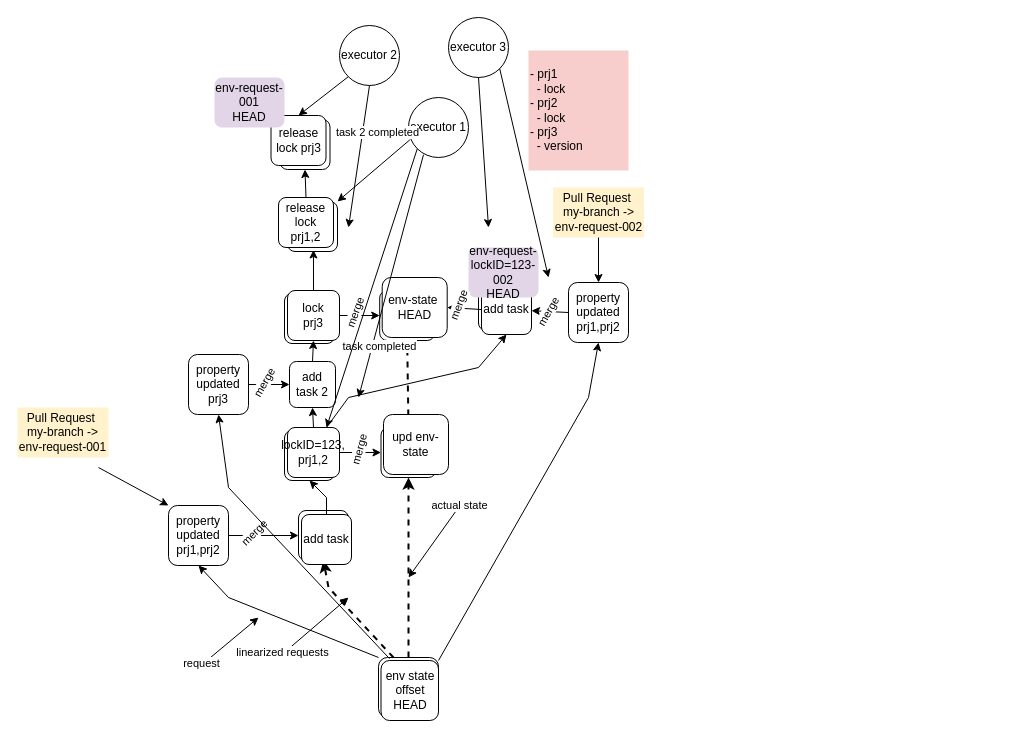
andreyzebin/vezuvio keeps this draw.io diagram as branches-architecture.drawio. Above is the earlier version. Source tidied: cells renumbered, new cells numbered last; positions are measured from the earlier drawing's top-left corner, leaving out a move shared by most shapes. Both pictures are drawn from the tidied source at 100%, with x=0, y=0 at pixel (17, 17).
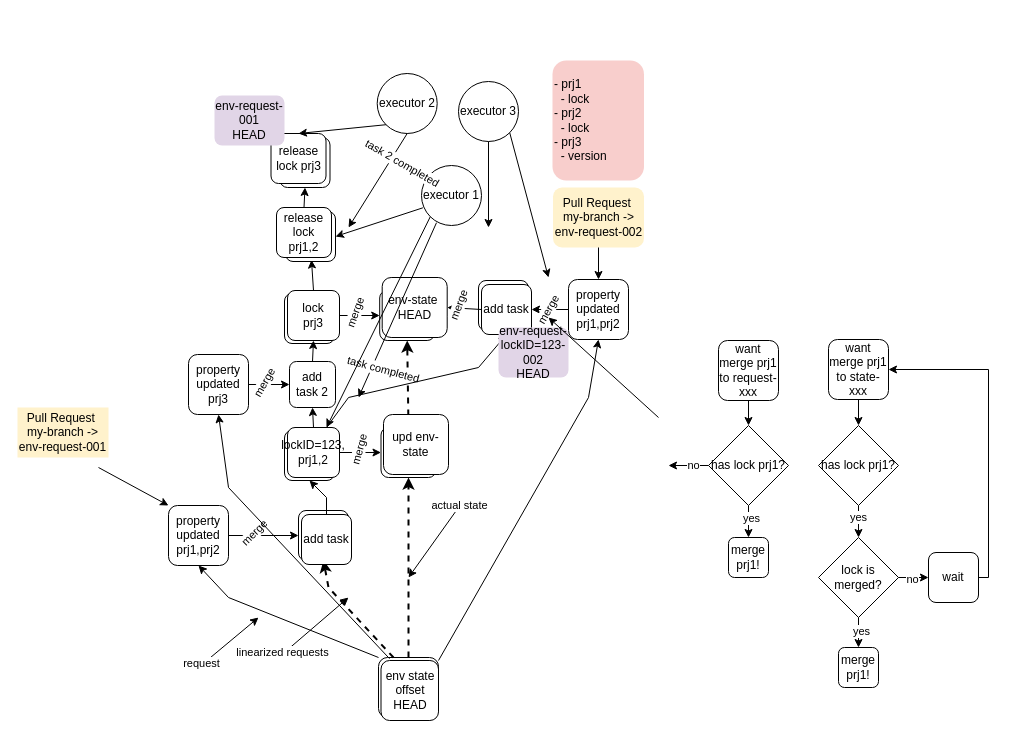
The same diagram, later.

Commit message (it also covers changes not shown here):
set logs error

Unchanged cells that the change refers to:
```xml
<mxCell id="46" style="endArrow=classic;html=1;rounded=0;exitX=0.25;exitY=0.953;exitDx=0;exitDy=0;exitPerimeter=0;" parent="1" edge="1" source="45">
  <mxGeometry relative="1" as="geometry">
    <mxPoint x="341" y="380" as="targetPoint" />
  </mxGeometry>
</mxCell>
<mxCell id="52" style="endArrow=classic;html=1;rounded=0;exitX=0.5;exitY=1;exitDx=0;exitDy=0;" parent="1" edge="1" source="50">
  <mxGeometry relative="1" as="geometry">
    <mxPoint x="331" y="210" as="targetPoint" />
  </mxGeometry>
</mxCell>
```

The edit, as a diff of the source:
```diff
@@
     <mxCell id="22" style="rounded=1;whiteSpace=wrap;html=1;" parent="1" vertex="1">
-      <mxGeometry x="270" y="184" width="50" height="50" as="geometry" />
+      <mxGeometry x="268" y="194" width="50" height="50" as="geometry" />
     </mxCell>
@@
     <mxCell id="24" value="release lock prj1,2" style="rounded=1;whiteSpace=wrap;html=1;" parent="1" vertex="1">
-      <mxGeometry x="261" y="180" width="55" height="50" as="geometry" />
+      <mxGeometry x="259" y="190" width="55" height="50" as="geometry" />
     </mxCell>
-    <mxCell id="25" value="- prj1&lt;div&gt;&amp;nbsp; - lock&lt;/div&gt;&lt;div&gt;&lt;div&gt;- prj2&lt;/div&gt;&lt;div&gt;&amp;nbsp; - lock&lt;/div&gt;&lt;div&gt;&lt;span style=&quot;background-color: transparent; color: light-dark(rgb(0, 0, 0), rgb(255, 255, 255));&quot;&gt;- prj3&lt;/span&gt;&lt;/div&gt;&lt;/div&gt;&lt;div&gt;&amp;nbsp; - version&lt;/div&gt;" style="text;html=1;align=left;verticalAlign=middle;whiteSpace=wrap;rounded=0;fillColor=#f8cecc;strokeColor=none;" parent="1" vertex="1">
-      <mxGeometry x="511" y="33" width="100" height="120" as="geometry" />
+    <mxCell id="25" value="- prj1&lt;div&gt;&amp;nbsp; - lock&lt;/div&gt;&lt;div&gt;&lt;div&gt;- prj2&lt;/div&gt;&lt;div&gt;&amp;nbsp; - lock&lt;/div&gt;&lt;div&gt;&lt;span style=&quot;background-color: transparent; color: light-dark(rgb(0, 0, 0), rgb(255, 255, 255));&quot;&gt;- prj3&lt;/span&gt;&lt;/div&gt;&lt;/div&gt;&lt;div&gt;&amp;nbsp; - version&lt;/div&gt;" style="text;html=1;align=left;verticalAlign=middle;whiteSpace=wrap;rounded=1;fillColor=#f8cecc;strokeColor=none;" parent="1" vertex="1">
+      <mxGeometry x="535" y="43" width="91.5" height="120" as="geometry" />
     </mxCell>
@@
     <mxCell id="40" style="rounded=1;whiteSpace=wrap;html=1;" parent="1" vertex="1">
-      <mxGeometry x="262.5" y="102" width="50" height="50" as="geometry" />
+      <mxGeometry x="262.5" y="120" width="50" height="50" as="geometry" />
     </mxCell>
     <mxCell id="41" value="release lock prj3" style="rounded=1;whiteSpace=wrap;html=1;" parent="1" vertex="1">
-      <mxGeometry x="253.5" y="98" width="55" height="50" as="geometry" />
+      <mxGeometry x="253.5" y="116" width="55" height="50" as="geometry" />
     </mxCell>
@@
     <mxCell id="45" value="executor 1" style="ellipse;whiteSpace=wrap;html=1;" parent="1" vertex="1">
-      <mxGeometry x="391" y="80" width="60" height="60" as="geometry" />
+      <mxGeometry x="404" y="148" width="60" height="60" as="geometry" />
     </mxCell>
@@
-    <mxCell id="47" value="task&amp;nbsp;&lt;span style=&quot;background-color: light-dark(#ffffff, var(--ge-dark-color, #121212)); color: light-dark(rgb(0, 0, 0), rgb(255, 255, 255));&quot;&gt;completed&lt;/span&gt;" style="edgeLabel;html=1;align=center;verticalAlign=middle;" parent="46" vertex="1">
+    <mxCell id="47" value="task&amp;nbsp;&lt;span style=&quot;background-color: light-dark(#ffffff, var(--ge-dark-color, #121212)); color: light-dark(rgb(0, 0, 0), rgb(255, 255, 255));&quot;&gt;completed&lt;/span&gt;" style="edgeLabel;html=1;align=center;verticalAlign=middle;rotation=15;" parent="46" vertex="1">
       <mxGeometry x="0.32" y="2" relative="1" as="geometry">
         <mxPoint x="-4" y="30" as="offset" />
       </mxGeometry>
     </mxCell>
-    <mxCell id="48" style="endArrow=classic;html=1;rounded=0;exitX=0.023;exitY=0.705;exitDx=0;exitDy=0;exitPerimeter=0;entryX=1;entryY=0;entryDx=0;entryDy=0;" parent="1" edge="1" source="45" target="22">
+    <mxCell id="48" style="endArrow=classic;html=1;rounded=0;exitX=0.023;exitY=0.705;exitDx=0;exitDy=0;exitPerimeter=0;entryX=1;entryY=0.5;entryDx=0;entryDy=0;" parent="1" edge="1" source="45" target="22">
       <mxGeometry relative="1" as="geometry" />
     </mxCell>
@@
     <mxCell id="50" value="executor 2" style="ellipse;whiteSpace=wrap;html=1;" parent="1" vertex="1">
-      <mxGeometry x="322" y="8" width="60" height="60" as="geometry" />
+      <mxGeometry x="359.7" y="56" width="60" height="60" as="geometry" />
     </mxCell>
@@
-    <mxCell id="53" value="task 2 completed" style="edgeLabel;html=1;align=center;verticalAlign=middle;" parent="52" vertex="1">
+    <mxCell id="53" value="task 2 completed" style="edgeLabel;html=1;align=center;verticalAlign=middle;rotation=30;" parent="52" vertex="1">
       <mxGeometry x="-0.35" y="-3" relative="1" as="geometry">
         <mxPoint x="17" as="offset" />
       </mxGeometry>
     </mxCell>
@@
     <mxCell id="56" value="env-request-001&lt;div&gt;HEAD&lt;/div&gt;" style="rounded=1;whiteSpace=wrap;html=1;fillColor=#e1d5e7;strokeColor=none;" parent="1" vertex="1">
-      <mxGeometry x="197" y="60" width="70" height="50" as="geometry" />
+      <mxGeometry x="197" y="78" width="70" height="50" as="geometry" />
     </mxCell>
@@
     <mxCell id="60" value="env-request-lockID=123-002&lt;div&gt;HEAD&lt;/div&gt;" style="rounded=1;whiteSpace=wrap;html=1;fillColor=#e1d5e7;strokeColor=none;" parent="1" vertex="1">
-      <mxGeometry x="451" y="230" width="70" height="50" as="geometry" />
+      <mxGeometry x="481" y="310" width="70" height="50" as="geometry" />
     </mxCell>
     <mxCell id="61" value="property updated&lt;div&gt;prj1,prj2&lt;/div&gt;" style="rounded=1;whiteSpace=wrap;html=1;" parent="1" vertex="1">
-      <mxGeometry x="551" y="265" width="60" height="60" as="geometry" />
+      <mxGeometry x="551" y="262" width="60" height="60" as="geometry" />
     </mxCell>
@@
-    <mxCell id="66" value="&lt;div&gt;Pull Request&amp;nbsp;&lt;/div&gt;&lt;div&gt;&lt;span style=&quot;background-color: transparent; color: light-dark(rgb(0, 0, 0), rgb(255, 255, 255));&quot;&gt;my-branch -&amp;gt; env-request-002&lt;/span&gt;&lt;/div&gt;" style="text;html=1;align=center;verticalAlign=middle;whiteSpace=wrap;rounded=0;fillColor=#fff2cc;strokeColor=none;" parent="1" vertex="1">
-      <mxGeometry x="535.5" y="170" width="91" height="50" as="geometry" />
+    <mxCell id="66" value="&lt;div&gt;Pull Request&amp;nbsp;&lt;/div&gt;&lt;div&gt;&lt;span style=&quot;background-color: transparent; color: light-dark(rgb(0, 0, 0), rgb(255, 255, 255));&quot;&gt;my-branch -&amp;gt; env-request-002&lt;/span&gt;&lt;/div&gt;" style="text;html=1;align=center;verticalAlign=middle;whiteSpace=wrap;rounded=1;fillColor=#fff2cc;strokeColor=none;" parent="1" vertex="1">
+      <mxGeometry x="535.5" y="170" width="91" height="60" as="geometry" />
     </mxCell>
@@
     <mxCell id="70" value="executor 3" style="ellipse;whiteSpace=wrap;html=1;" parent="1" vertex="1">
-      <mxGeometry x="431" width="60" height="60" as="geometry" />
+      <mxGeometry x="441" y="64" width="60" height="60" as="geometry" />
     </mxCell>
@@
+    <mxCell id="73" style="endArrow=classic;html=1;rounded=0;" parent="1" edge="1">
+      <mxGeometry relative="1" as="geometry">
+        <mxPoint x="641" y="400" as="sourcePoint" />
+        <mxPoint x="531" y="300" as="targetPoint" />
+      </mxGeometry>
+    </mxCell>
+    <mxCell id="74" value="has lock prj1?" style="rhombus;whiteSpace=wrap;html=1;" parent="1" vertex="1">
+      <mxGeometry x="691" y="408" width="80" height="80" as="geometry" />
+    </mxCell>
+    <mxCell id="75" value="want merge prj1 to request-xxx" style="rounded=1;whiteSpace=wrap;html=1;" parent="1" vertex="1">
+      <mxGeometry x="701" y="323" width="60" height="60" as="geometry" />
+    </mxCell>
+    <mxCell id="76" style="endArrow=classic;html=1;rounded=0;exitX=0.5;exitY=1;exitDx=0;exitDy=0;entryX=0.5;entryY=0;entryDx=0;entryDy=0;" parent="1" edge="1" source="75" target="74">
+      <mxGeometry relative="1" as="geometry" />
+    </mxCell>
+    <mxCell id="77" style="endArrow=classic;html=1;rounded=0;exitX=0.5;exitY=1;exitDx=0;exitDy=0;entryX=0.5;entryY=0;entryDx=0;entryDy=0;" parent="1" edge="1" source="74" target="79">
+      <mxGeometry relative="1" as="geometry" />
+    </mxCell>
+    <mxCell id="78" value="yes" style="edgeLabel;html=1;align=center;verticalAlign=middle;" parent="77" vertex="1">
+      <mxGeometry x="-0.24" y="2" relative="1" as="geometry" />
+    </mxCell>
+    <mxCell id="79" value="merge prj1!" style="rounded=1;whiteSpace=wrap;html=1;" parent="1" vertex="1">
+      <mxGeometry x="711" y="520" width="40" height="40" as="geometry" />
+    </mxCell>
+    <mxCell id="80" style="endArrow=classic;html=1;rounded=0;exitX=0;exitY=0.5;exitDx=0;exitDy=0;" parent="1" edge="1" source="74">
+      <mxGeometry relative="1" as="geometry">
+        <mxPoint x="651" y="448" as="targetPoint" />
+      </mxGeometry>
+    </mxCell>
+    <mxCell id="81" value="no" style="edgeLabel;html=1;align=center;verticalAlign=middle;" parent="80" vertex="1">
+      <mxGeometry x="-0.03" y="2" relative="1" as="geometry">
+        <mxPoint x="3" y="-3" as="offset" />
+      </mxGeometry>
+    </mxCell>
+    <mxCell id="82" value="want merge prj1 to state-xxx" style="rounded=1;whiteSpace=wrap;html=1;" parent="1" vertex="1">
+      <mxGeometry x="811" y="322" width="60" height="60" as="geometry" />
+    </mxCell>
+    <mxCell id="83" value="has lock prj1?" style="rhombus;whiteSpace=wrap;html=1;" parent="1" vertex="1">
+      <mxGeometry x="801" y="408" width="80" height="80" as="geometry" />
+    </mxCell>
+    <mxCell id="84" style="endArrow=classic;html=1;rounded=0;exitX=0.5;exitY=1;exitDx=0;exitDy=0;entryX=0.5;entryY=0;entryDx=0;entryDy=0;" parent="1" edge="1" source="82" target="83">
+      <mxGeometry relative="1" as="geometry" />
+    </mxCell>
+    <mxCell id="85" style="endArrow=classic;html=1;rounded=0;exitX=0.5;exitY=1;exitDx=0;exitDy=0;entryX=0.5;entryY=0;entryDx=0;entryDy=0;" parent="1" edge="1" source="83" target="87">
+      <mxGeometry relative="1" as="geometry" />
+    </mxCell>
+    <mxCell id="86" value="yes" style="edgeLabel;html=1;align=center;verticalAlign=middle;" parent="85" vertex="1">
+      <mxGeometry x="-0.34" y="-1" relative="1" as="geometry" />
+    </mxCell>
+    <mxCell id="87" value="lock is merged?" style="rhombus;whiteSpace=wrap;html=1;" parent="1" vertex="1">
+      <mxGeometry x="801" y="520" width="80" height="80" as="geometry" />
+    </mxCell>
+    <mxCell id="88" style="endArrow=classic;html=1;rounded=0;exitX=1;exitY=0.5;exitDx=0;exitDy=0;entryX=0;entryY=0.5;entryDx=0;entryDy=0;" parent="1" edge="1" source="87" target="91">
+      <mxGeometry relative="1" as="geometry" />
+    </mxCell>
+    <mxCell id="89" value="no" style="edgeLabel;html=1;align=center;verticalAlign=middle;" parent="88" vertex="1">
+      <mxGeometry x="-0.12" y="-1" relative="1" as="geometry" />
+    </mxCell>
+    <mxCell id="90" style="endArrow=classic;html=1;rounded=0;exitX=1;exitY=0.5;exitDx=0;exitDy=0;entryX=1;entryY=0.5;entryDx=0;entryDy=0;" parent="1" edge="1" source="91" target="82">
+      <mxGeometry relative="1" as="geometry">
+        <Array as="points">
+          <mxPoint x="971" y="560" />
+          <mxPoint x="971" y="352" />
+        </Array>
+      </mxGeometry>
+    </mxCell>
+    <mxCell id="91" value="wait" style="rounded=1;whiteSpace=wrap;html=1;" parent="1" vertex="1">
+      <mxGeometry x="911" y="535" width="50" height="50" as="geometry" />
+    </mxCell>
+    <mxCell id="92" style="endArrow=classic;html=1;rounded=0;exitX=0.5;exitY=1;exitDx=0;exitDy=0;entryX=0.5;entryY=0;entryDx=0;entryDy=0;" parent="1" edge="1" source="87" target="94">
+      <mxGeometry relative="1" as="geometry" />
+    </mxCell>
+    <mxCell id="93" value="yes" style="edgeLabel;html=1;align=center;verticalAlign=middle;" parent="92" vertex="1">
+      <mxGeometry x="-0.12" y="2" relative="1" as="geometry" />
+    </mxCell>
+    <mxCell id="94" value="merge prj1!" style="rounded=1;whiteSpace=wrap;html=1;" parent="1" vertex="1">
+      <mxGeometry x="821" y="630" width="40" height="40" as="geometry" />
+    </mxCell>
```
